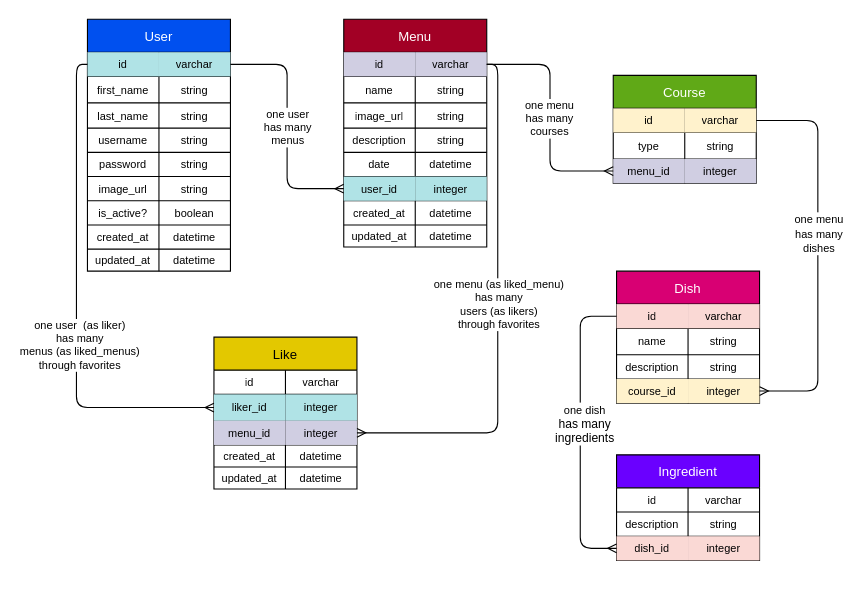
This is associations.drawio from jefftmarks/phase-3-project, a draw.io file, before an edit. Source tidied: cells renumbered, new cells numbered last; positions are measured from the earlier drawing's top-left corner, leaving out a move shared by most shapes. Both pictures are drawn from the tidied source at 110%, with x=0, y=0 at pixel (87, 19).
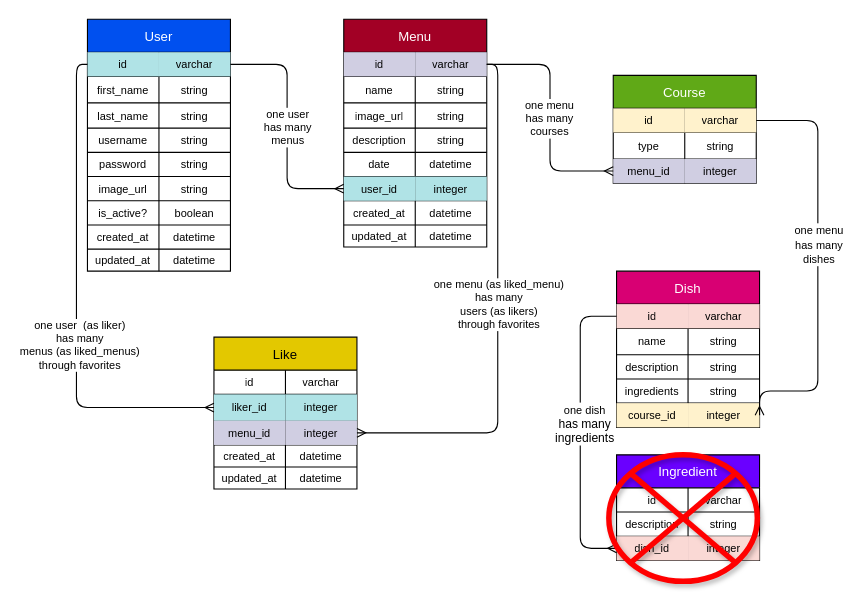
After the change.

Diff of the diagram source:
```diff
@@
     <mxCell id="98" value="Dish" style="shape=table;startSize=30;childLayout=tableLayout;strokeWidth=1;strokeColor=#000000;fillColor=#d80073;fontColor=#ffffff;" parent="1" vertex="1">
-      <mxGeometry x="481" y="229" width="130" height="120" as="geometry" />
+      <mxGeometry x="481" y="229" width="130" height="142" as="geometry" />
     </mxCell>
@@
+    <mxCell id="115" style="shape=partialRectangle;fillColor=none;top=0;left=0;bottom=0;right=0;" parent="98" vertex="1">
+      <mxGeometry y="98" width="130" height="22" as="geometry" />
+    </mxCell>
+    <mxCell id="116" value="ingredients" style="shape=partialRectangle;html=1;whiteSpace=wrap;overflow=hidden;fillColor=none;top=0;left=0;bottom=0;right=0;fontSize=10;fontColor=#000000;" parent="115" vertex="1">
+      <mxGeometry width="65" height="22" as="geometry" />
+    </mxCell>
+    <mxCell id="117" value="string" style="shape=partialRectangle;html=1;whiteSpace=wrap;overflow=hidden;fillColor=none;top=0;left=0;bottom=0;right=0;fontSize=10;fontColor=#000000;" parent="115" vertex="1">
+      <mxGeometry x="65" width="65" height="22" as="geometry" />
+    </mxCell>
     <mxCell id="108" style="shape=partialRectangle;fillColor=none;top=0;left=0;bottom=0;right=0;points=[[0,0.5],[1,0.5]];portConstraint=eastwest;" parent="98" vertex="1">
-      <mxGeometry y="98" width="130" height="22" as="geometry" />
+      <mxGeometry y="120" width="130" height="22" as="geometry" />
     </mxCell>
@@
+    <mxCell id="118" style="shape=sumEllipse;perimeter=ellipsePerimeter;whiteSpace=wrap;html=1;backgroundOutline=1;shadow=1;strokeColor=#FF0000;fillColor=none;strokeWidth=5;" parent="1" vertex="1">
+      <mxGeometry x="474" y="396" width="135" height="115" as="geometry" />
+    </mxCell>
```
